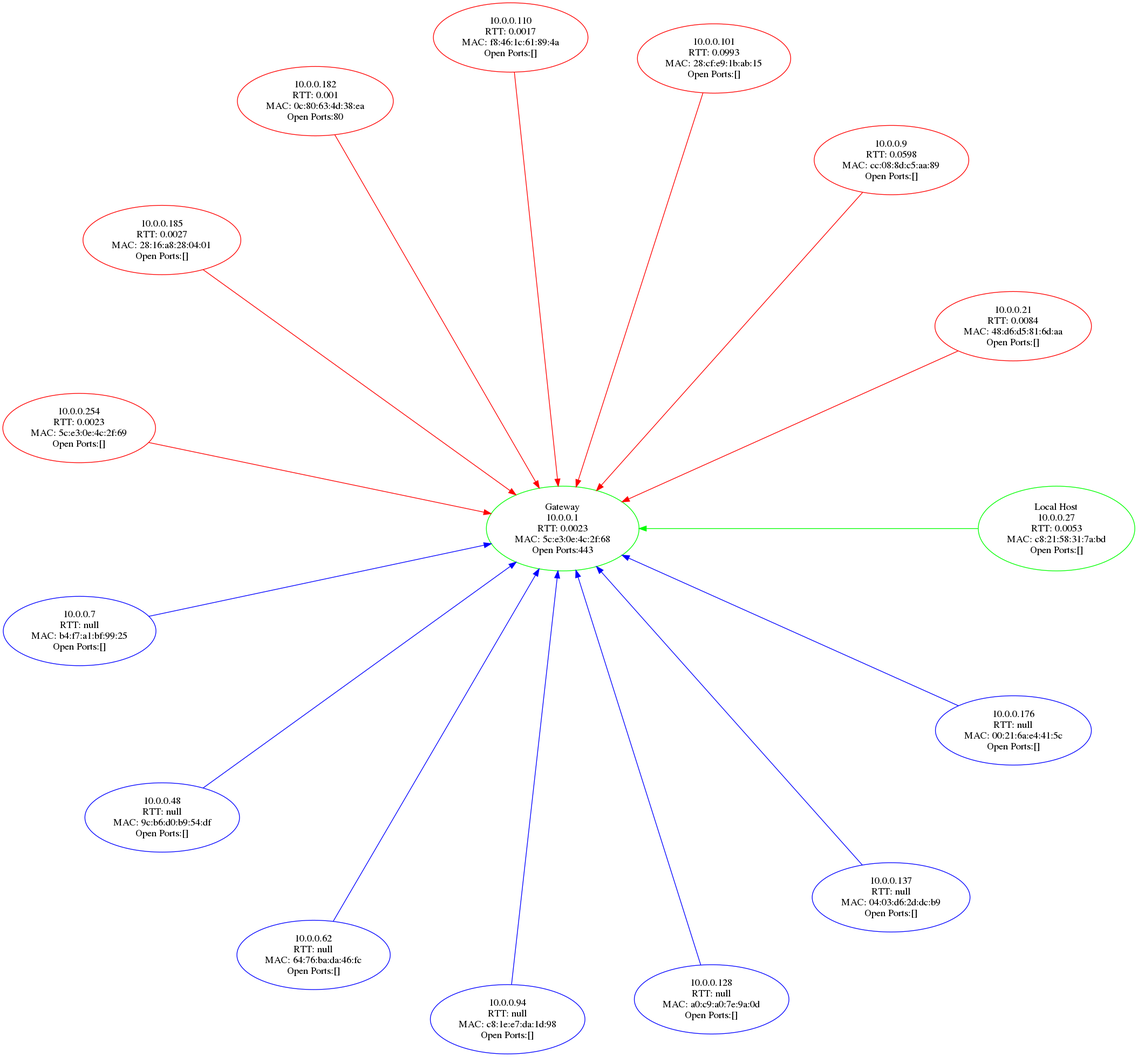
rozelie/myNet keeps this Graphviz diagram as graphviz/LANvis.gv.png. Above is the earlier version. Its source is kept beside it as graphviz/LANvis.gv.
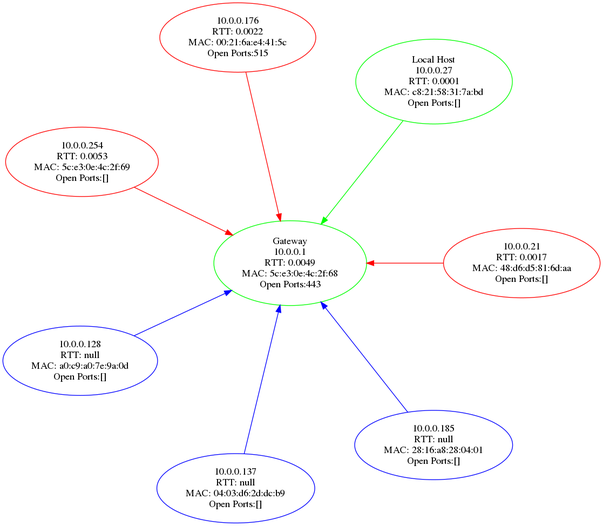
The same file after the commit.

The edit, as a diff of the source:
```diff
@@ -2,96 +2,40 @@
 	node [color=green]
 	"10.0.0.1" [label="Gateway
 10.0.0.1
-RTT: 0.0023
+RTT: 0.0049
 MAC: 5c:e3:0e:4c:2f:68
 Open Ports:443"]
+	node [color=red]
+	edge [color=red]
+	"10.0.0.21" [label="10.0.0.21
+RTT: 0.0017
+MAC: 48:d6:d5:81:6d:aa
+Open Ports:[]"]
+	"10.0.0.21" -> "10.0.0.1"
 	node [color=red]
 	edge [color=red]
 	node [color=green]
 	edge [color=green]
 	"10.0.0.27" [label="Local Host
 10.0.0.27
-RTT: 0.0053
+RTT: 0.0001
 MAC: c8:21:58:31:7a:bd
 Open Ports:[]"]
 	"10.0.0.27" -> "10.0.0.1"
 	node [color=red]
 	edge [color=red]
-	"10.0.0.21" [label="10.0.0.21
-RTT: 0.0084
-MAC: 48:d6:d5:81:6d:aa
-Open Ports:[]"]
-	"10.0.0.21" -> "10.0.0.1"
-	node [color=red]
-	edge [color=red]
-	"10.0.0.9" [label="10.0.0.9
-RTT: 0.0598
-MAC: cc:08:8d:c5:aa:89
-Open Ports:[]"]
-	"10.0.0.9" -> "10.0.0.1"
-	node [color=red]
-	edge [color=red]
-	"10.0.0.101" [label="10.0.0.101
-RTT: 0.0993
-MAC: 28:cf:e9:1b:ab:15
-Open Ports:[]"]
-	"10.0.0.101" -> "10.0.0.1"
-	node [color=red]
-	edge [color=red]
-	"10.0.0.110" [label="10.0.0.110
-RTT: 0.0017
-MAC: f8:46:1c:61:89:4a
-Open Ports:[]"]
-	"10.0.0.110" -> "10.0.0.1"
-	node [color=red]
-	edge [color=red]
-	"10.0.0.182" [label="10.0.0.182
-RTT: 0.001
-MAC: 0c:80:63:4d:38:ea
-Open Ports:80"]
-	"10.0.0.182" -> "10.0.0.1"
-	node [color=red]
-	edge [color=red]
-	"10.0.0.185" [label="10.0.0.185
-RTT: 0.0027
-MAC: 28:16:a8:28:04:01
-Open Ports:[]"]
-	"10.0.0.185" -> "10.0.0.1"
+	"10.0.0.176" [label="10.0.0.176
+RTT: 0.0022
+MAC: 00:21:6a:e4:41:5c
+Open Ports:515"]
+	"10.0.0.176" -> "10.0.0.1"
 	node [color=red]
 	edge [color=red]
 	"10.0.0.254" [label="10.0.0.254
-RTT: 0.0023
+RTT: 0.0053
 MAC: 5c:e3:0e:4c:2f:69
 Open Ports:[]"]
 	"10.0.0.254" -> "10.0.0.1"
-	node [color=blue]
-	edge [color=blue]
-	"10.0.0.7" [label="10.0.0.7
-RTT: null
-MAC: b4:f7:a1:bf:99:25
-Open Ports:[]"]
-	"10.0.0.7" -> "10.0.0.1"
-	node [color=blue]
-	edge [color=blue]
-	"10.0.0.48" [label="10.0.0.48
-RTT: null
-MAC: 9c:b6:d0:b9:54:df
-Open Ports:[]"]
-	"10.0.0.48" -> "10.0.0.1"
-	node [color=blue]
-	edge [color=blue]
-	"10.0.0.62" [label="10.0.0.62
-RTT: null
-MAC: 64:76:ba:da:46:fc
-Open Ports:[]"]
-	"10.0.0.62" -> "10.0.0.1"
-	node [color=blue]
-	edge [color=blue]
-	"10.0.0.94" [label="10.0.0.94
-RTT: null
-MAC: c8:1e:e7:da:1d:98
-Open Ports:[]"]
-	"10.0.0.94" -> "10.0.0.1"
 	node [color=blue]
 	edge [color=blue]
 	"10.0.0.128" [label="10.0.0.128
@@ -108,9 +52,9 @@
 	"10.0.0.137" -> "10.0.0.1"
 	node [color=blue]
 	edge [color=blue]
-	"10.0.0.176" [label="10.0.0.176
+	"10.0.0.185" [label="10.0.0.185
 RTT: null
-MAC: 00:21:6a:e4:41:5c
+MAC: 28:16:a8:28:04:01
 Open Ports:[]"]
-	"10.0.0.176" -> "10.0.0.1"
+	"10.0.0.185" -> "10.0.0.1"
 }
```
